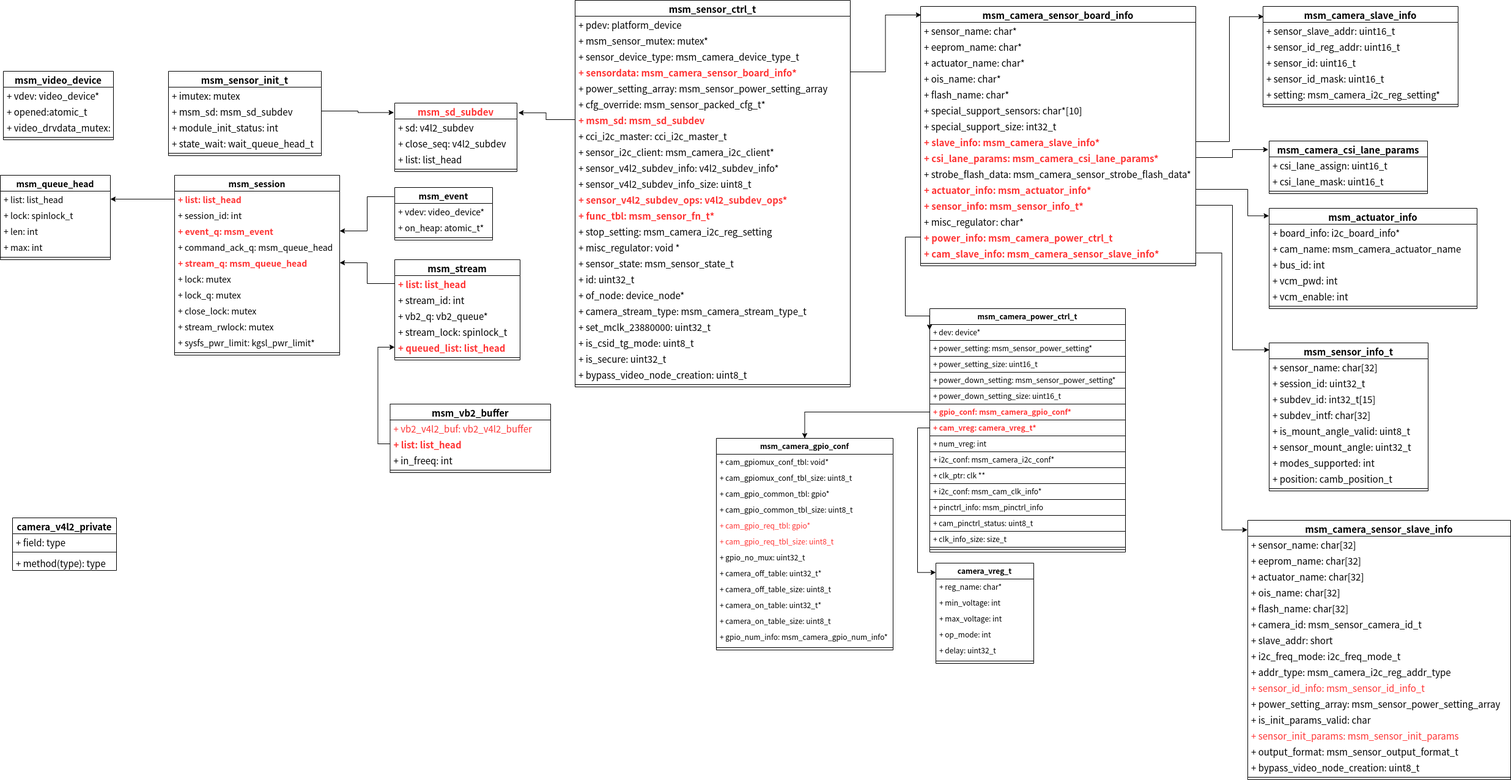
Above: qcom v4l2 camera2类图.png in zhangmeizhen/test2 (draw.io), before the change. Source tidied: cells renumbered, new cells last; positions are measured from the earlier drawing's top-left corner, leaving out a move shared by most shapes.
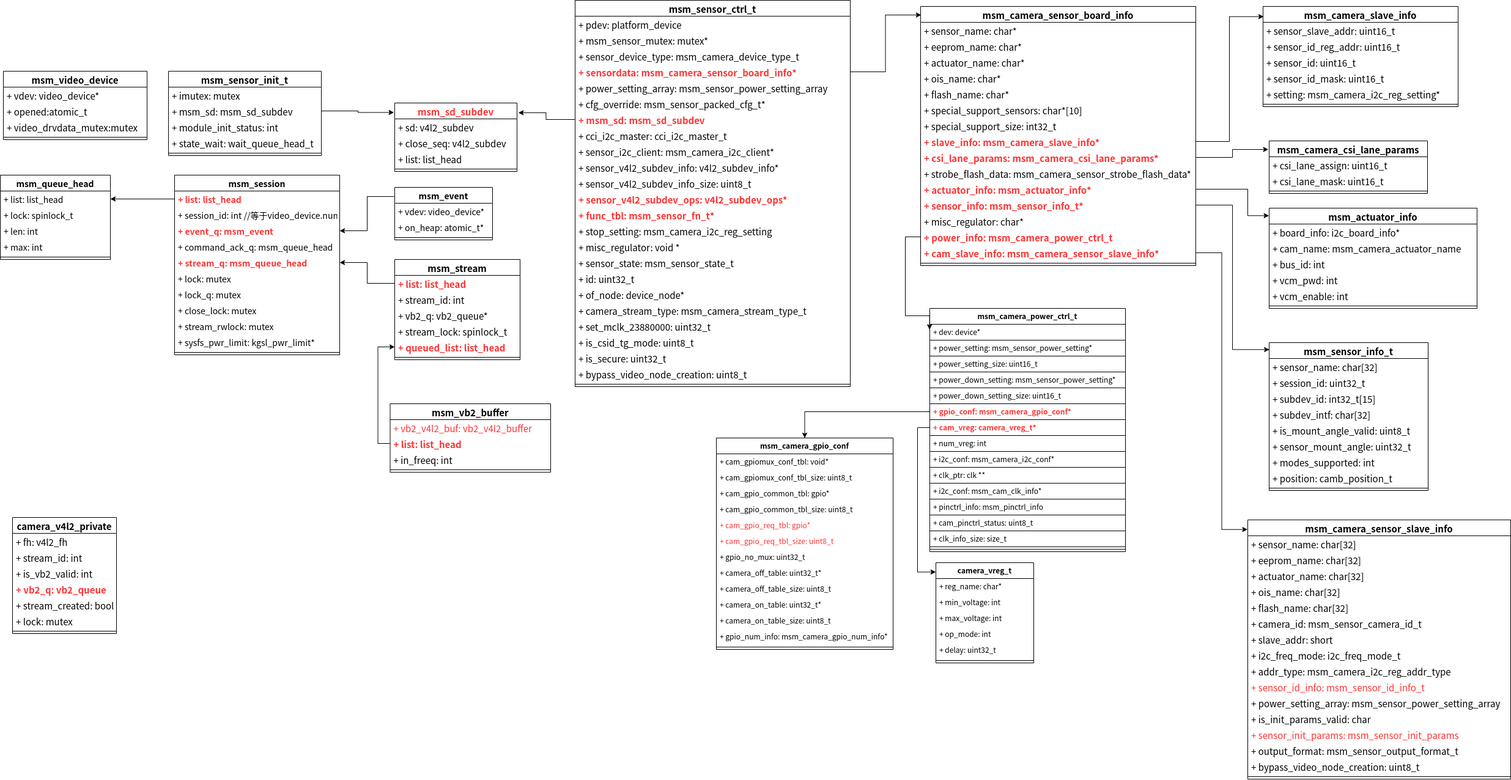
The same diagram one commit later.

The edit, as a diff of the source:
```diff
@@ -3,19 +3,19 @@
     <mxCell id="0" />
     <mxCell id="1" parent="0" />
     <mxCell id="2" value="msm_video_device" style="swimlane;fontStyle=1;align=center;verticalAlign=top;horizontal=1;startSize=26;fontSize=15;" parent="1" vertex="1">
-      <mxGeometry x="5" y="116" width="180" height="112" as="geometry" />
+      <mxGeometry x="5" y="116" width="235" height="112" as="geometry" />
     </mxCell>
     <mxCell id="3" value="+ vdev: video_device*" style="text;strokeColor=none;fillColor=none;align=left;verticalAlign=top;spacingLeft=4;spacingRight=4;overflow=hidden;fontSize=15;" parent="2" vertex="1">
-      <mxGeometry y="26" width="180" height="26" as="geometry" />
+      <mxGeometry y="26" width="235" height="26" as="geometry" />
     </mxCell>
     <mxCell id="4" value="+ opened:atomic_t" style="text;strokeColor=none;fillColor=none;align=left;verticalAlign=top;spacingLeft=4;spacingRight=4;overflow=hidden;fontSize=15;" parent="2" vertex="1">
-      <mxGeometry y="52" width="180" height="26" as="geometry" />
+      <mxGeometry y="52" width="235" height="26" as="geometry" />
     </mxCell>
     <mxCell id="5" value="+ video_drvdata_mutex:mutex" style="text;strokeColor=none;fillColor=none;align=left;verticalAlign=top;spacingLeft=4;spacingRight=4;overflow=hidden;fontSize=15;" parent="2" vertex="1">
-      <mxGeometry y="78" width="180" height="26" as="geometry" />
+      <mxGeometry y="78" width="235" height="26" as="geometry" />
     </mxCell>
     <mxCell id="6" style="line;strokeWidth=1;fillColor=none;align=left;verticalAlign=middle;spacingTop=-1;spacingLeft=3;spacingRight=3;labelPosition=right;fontSize=15;" parent="2" vertex="1">
-      <mxGeometry y="104" width="180" height="8" as="geometry" />
+      <mxGeometry y="104" width="235" height="8" as="geometry" />
     </mxCell>
     <mxCell id="7" value="msm_sensor_init_t" style="swimlane;fontStyle=1;align=center;verticalAlign=top;horizontal=1;startSize=26;fontSize=15;fontColor=#000000;" parent="1" vertex="1">
       <mxGeometry x="275" y="116" width="250" height="138" as="geometry" />
@@ -77,7 +77,7 @@
     <mxCell id="26" value="+ list: list_head" style="text;strokeColor=none;fillColor=none;align=left;verticalAlign=top;spacingLeft=4;spacingRight=4;overflow=hidden;points=[[0,0.5],[1,0.5]];portConstraint=eastwest;fontSize=14;fontColor=#FF3333;fontStyle=1;" parent="25" vertex="1">
       <mxGeometry y="26" width="270" height="26" as="geometry" />
     </mxCell>
-    <mxCell id="27" value="+ session_id: int" style="text;strokeColor=none;fillColor=none;align=left;verticalAlign=top;spacingLeft=4;spacingRight=4;overflow=hidden;fontSize=14;fontColor=#000000;" parent="25" vertex="1">
+    <mxCell id="27" value="+ session_id: int //等于video_device.num" style="text;strokeColor=none;fillColor=none;align=left;verticalAlign=top;spacingLeft=4;spacingRight=4;overflow=hidden;fontSize=14;fontColor=#000000;" parent="25" vertex="1">
       <mxGeometry y="52" width="270" height="26" as="geometry" />
     </mxCell>
     <mxCell id="28" value="+ event_q: msm_event" style="text;strokeColor=none;fillColor=none;align=left;verticalAlign=top;spacingLeft=4;spacingRight=4;overflow=hidden;points=[[0,0.5],[1,0.5]];portConstraint=eastwest;fontSize=14;fontColor=#FF3333;fontStyle=1;" parent="25" vertex="1">
@@ -580,16 +580,28 @@
       <mxGeometry relative="1" as="geometry" />
     </mxCell>
     <mxCell id="191" value="camera_v4l2_private" style="swimlane;fontStyle=1;align=center;verticalAlign=top;horizontal=1;startSize=26;fontSize=15;fontColor=#000000;strokeColor=#000000;" parent="1" vertex="1">
-      <mxGeometry x="20" y="846" width="170" height="86" as="geometry" />
+      <mxGeometry x="20" y="846" width="170" height="190" as="geometry" />
     </mxCell>
-    <mxCell id="192" value="+ field: type" style="text;strokeColor=none;fillColor=none;align=left;verticalAlign=top;spacingLeft=4;spacingRight=4;overflow=hidden;fontSize=15;fontColor=#000000;" parent="191" vertex="1">
+    <mxCell id="192" value="+ fh: v4l2_fh" style="text;strokeColor=none;fillColor=none;align=left;verticalAlign=top;spacingLeft=4;spacingRight=4;overflow=hidden;fontSize=15;fontColor=#000000;" parent="191" vertex="1">
       <mxGeometry y="26" width="170" height="26" as="geometry" />
     </mxCell>
+    <mxCell id="195" value="+ stream_id: int" style="text;strokeColor=none;fillColor=none;align=left;verticalAlign=top;spacingLeft=4;spacingRight=4;overflow=hidden;fontSize=15;fontColor=#000000;" parent="191" vertex="1">
+      <mxGeometry y="52" width="170" height="26" as="geometry" />
+    </mxCell>
+    <mxCell id="196" value="+ is_vb2_valid: int" style="text;strokeColor=none;fillColor=none;align=left;verticalAlign=top;spacingLeft=4;spacingRight=4;overflow=hidden;fontSize=15;fontColor=#000000;" parent="191" vertex="1">
+      <mxGeometry y="78" width="170" height="26" as="geometry" />
+    </mxCell>
+    <mxCell id="197" value="+ vb2_q: vb2_queue" style="text;strokeColor=none;fillColor=none;align=left;verticalAlign=top;spacingLeft=4;spacingRight=4;overflow=hidden;fontSize=15;fontColor=#FF3333;fontStyle=1;" parent="191" vertex="1">
+      <mxGeometry y="104" width="170" height="26" as="geometry" />
+    </mxCell>
+    <mxCell id="198" value="+ stream_created: bool" style="text;strokeColor=none;fillColor=none;align=left;verticalAlign=top;spacingLeft=4;spacingRight=4;overflow=hidden;fontSize=15;fontColor=#000000;" parent="191" vertex="1">
+      <mxGeometry y="130" width="170" height="26" as="geometry" />
+    </mxCell>
+    <mxCell id="199" value="+ lock: mutex" style="text;strokeColor=none;fillColor=none;align=left;verticalAlign=top;spacingLeft=4;spacingRight=4;overflow=hidden;fontSize=15;fontColor=#000000;" parent="191" vertex="1">
+      <mxGeometry y="156" width="170" height="26" as="geometry" />
+    </mxCell>
     <mxCell id="193" style="line;strokeWidth=1;fillColor=none;align=left;verticalAlign=middle;spacingTop=-1;spacingLeft=3;spacingRight=3;labelPosition=right;fontSize=15;fontColor=#000000;" parent="191" vertex="1">
-      <mxGeometry y="52" width="170" height="8" as="geometry" />
+      <mxGeometry y="182" width="170" height="8" as="geometry" />
     </mxCell>
-    <mxCell id="194" value="+ method(type): type" style="text;strokeColor=none;fillColor=none;align=left;verticalAlign=top;spacingLeft=4;spacingRight=4;overflow=hidden;fontSize=15;fontColor=#000000;" parent="191" vertex="1">
-      <mxGeometry y="60" width="170" height="26" as="geometry" />
-    </mxCell>
   </root>
 </mxGraphModel>
```
